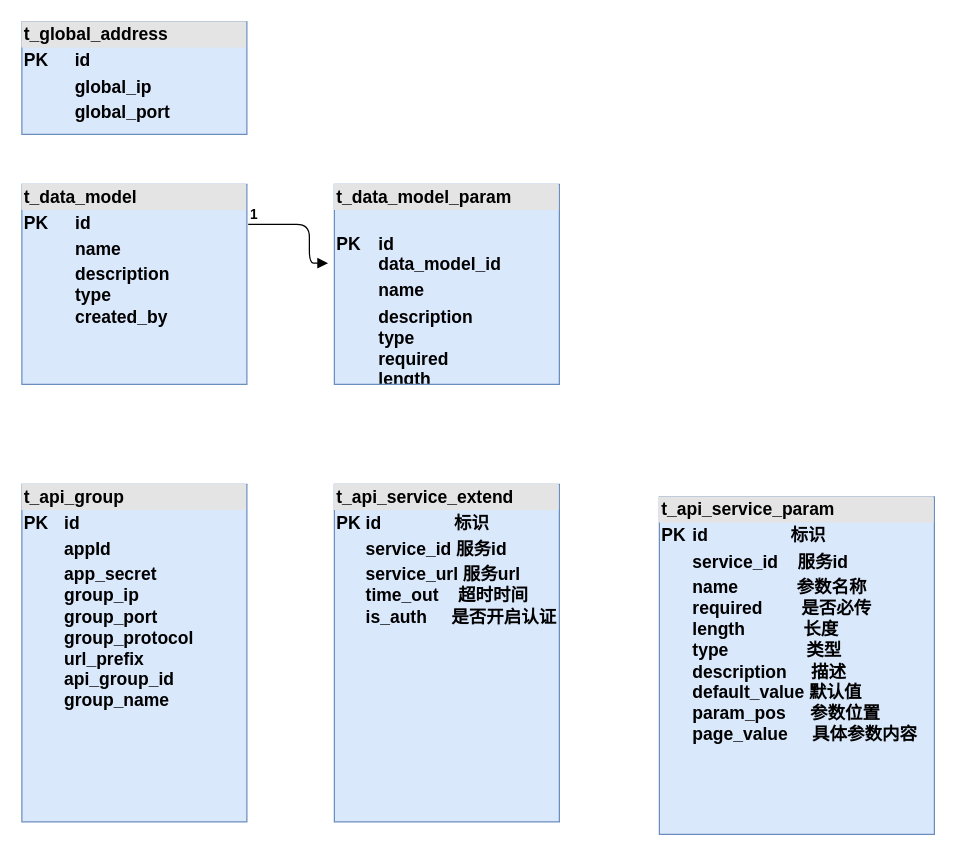
helemile/notes keeps this draw.io diagram as page "表结构新增" (5 of 6) of 国税总局迭代三设计.drawio. Above is the earlier version. Source tidied: cells renumbered, new cells numbered last; positions are measured from the earlier drawing's top-left corner, leaving out a move shared by most shapes. Both pictures are drawn from the tidied source at 125%, with x=0, y=0 at pixel (21, 21).
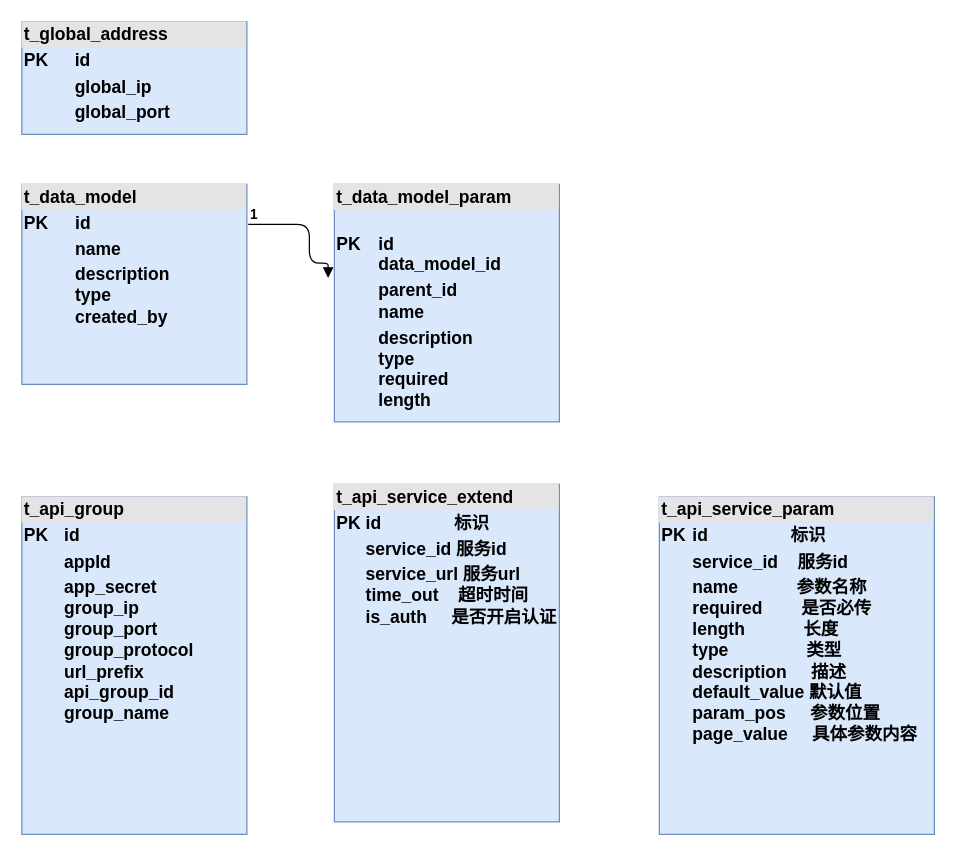
After the change.

Commit message:
Update 国税总局迭代三设计.drawio

What changed in the source:
```diff
@@
 <mxGraphModel>
   <root>
     <mxCell id="0" />
     <mxCell id="1" parent="0" />
     <mxCell id="2" value="&lt;div style=&quot;box-sizing: border-box ; width: 100% ; background: #e4e4e4 ; padding: 2px&quot;&gt;t_data_model&lt;/div&gt;&lt;table style=&quot;width: 100% ; font-size: 1em&quot; cellpadding=&quot;2&quot; cellspacing=&quot;0&quot;&gt;&lt;tbody&gt;&lt;tr&gt;&lt;td&gt;PK&lt;/td&gt;&lt;td&gt;id&lt;/td&gt;&lt;/tr&gt;&lt;tr&gt;&lt;td&gt;&lt;br&gt;&lt;/td&gt;&lt;td&gt;&lt;span&gt;name&lt;/span&gt;&lt;br&gt;&lt;/td&gt;&lt;/tr&gt;&lt;tr&gt;&lt;td&gt;&lt;/td&gt;&lt;td&gt;&lt;span&gt;description&lt;br&gt;&lt;/span&gt;type&lt;br&gt;created_by&lt;br&gt;&lt;/td&gt;&lt;/tr&gt;&lt;/tbody&gt;&lt;/table&gt;" style="verticalAlign=top;align=left;overflow=fill;html=1;fontSize=14;fillColor=#dae8fc;strokeColor=#6c8ebf;fontStyle=1;" parent="1" vertex="1">
       <mxGeometry y="130" width="180" height="160" as="geometry" />
     </mxCell>
     <mxCell id="3" value="&lt;div style=&quot;box-sizing: border-box ; width: 100% ; background: #e4e4e4 ; padding: 2px&quot;&gt;t_global_address&lt;/div&gt;&lt;table style=&quot;width: 100% ; font-size: 1em&quot; cellpadding=&quot;2&quot; cellspacing=&quot;0&quot;&gt;&lt;tbody&gt;&lt;tr&gt;&lt;td&gt;PK&lt;/td&gt;&lt;td&gt;id&lt;/td&gt;&lt;/tr&gt;&lt;tr&gt;&lt;td&gt;&lt;br&gt;&lt;/td&gt;&lt;td&gt;global_ip&lt;/td&gt;&lt;/tr&gt;&lt;tr&gt;&lt;td&gt;&lt;/td&gt;&lt;td&gt;global_port&lt;br&gt;&lt;/td&gt;&lt;/tr&gt;&lt;/tbody&gt;&lt;/table&gt;" style="verticalAlign=top;align=left;overflow=fill;html=1;fontSize=14;fillColor=#dae8fc;strokeColor=#6c8ebf;fontStyle=1;" parent="1" vertex="1">
       <mxGeometry width="180" height="90" as="geometry" />
     </mxCell>
     <mxCell id="4" value="&lt;div style=&quot;box-sizing: border-box ; width: 100% ; background: #e4e4e4 ; padding: 2px&quot;&gt;t_api_group&lt;/div&gt;&lt;table style=&quot;width: 100% ; font-size: 1em&quot; cellpadding=&quot;2&quot; cellspacing=&quot;0&quot;&gt;&lt;tbody&gt;&lt;tr&gt;&lt;td&gt;PK&lt;/td&gt;&lt;td&gt;id&lt;/td&gt;&lt;/tr&gt;&lt;tr&gt;&lt;td&gt;&lt;br&gt;&lt;/td&gt;&lt;td&gt;&lt;span&gt;appId&lt;/span&gt;&lt;br&gt;&lt;/td&gt;&lt;/tr&gt;&lt;tr&gt;&lt;td&gt;&lt;/td&gt;&lt;td&gt;&lt;span&gt;app_secret&lt;br&gt;&lt;/span&gt;group_ip&lt;br&gt;group_port&lt;br&gt;group_protocol&lt;br&gt;url_prefix&lt;br&gt;api_group_id&lt;br&gt;group_name&lt;/td&gt;&lt;/tr&gt;&lt;/tbody&gt;&lt;/table&gt;" style="verticalAlign=top;align=left;overflow=fill;html=1;fontSize=14;fillColor=#dae8fc;strokeColor=#6c8ebf;fontStyle=1;" parent="1" vertex="1">
-      <mxGeometry y="370" width="180" height="270" as="geometry" />
+      <mxGeometry y="380" width="180" height="270" as="geometry" />
     </mxCell>
     <mxCell id="5" value="&lt;div style=&quot;box-sizing: border-box ; width: 100% ; background: #e4e4e4 ; padding: 2px&quot;&gt;t_api_service_extend&lt;/div&gt;&lt;table style=&quot;width: 100% ; font-size: 1em&quot; cellpadding=&quot;2&quot; cellspacing=&quot;0&quot;&gt;&lt;tbody&gt;&lt;tr&gt;&lt;td&gt;PK&lt;/td&gt;&lt;td&gt;id&amp;nbsp; &amp;nbsp; &amp;nbsp; &amp;nbsp; &amp;nbsp; &amp;nbsp; &amp;nbsp; &amp;nbsp;标识&lt;/td&gt;&lt;/tr&gt;&lt;tr&gt;&lt;td&gt;&lt;br&gt;&lt;/td&gt;&lt;td&gt;&lt;span&gt;service_id 服务id&lt;/span&gt;&lt;br&gt;&lt;/td&gt;&lt;/tr&gt;&lt;tr&gt;&lt;td&gt;&lt;/td&gt;&lt;td&gt;&lt;span&gt;service_url 服务url&lt;br&gt;&lt;/span&gt;time_out&amp;nbsp; &amp;nbsp; 超时时间&lt;br&gt;is_auth&amp;nbsp; &amp;nbsp; &amp;nbsp;是否开启认证&lt;br&gt;&lt;br&gt;&lt;/td&gt;&lt;/tr&gt;&lt;/tbody&gt;&lt;/table&gt;" style="verticalAlign=top;align=left;overflow=fill;html=1;fontSize=14;fillColor=#dae8fc;strokeColor=#6c8ebf;fontStyle=1;" parent="1" vertex="1">
       <mxGeometry x="250" y="370" width="180" height="270" as="geometry" />
     </mxCell>
     <mxCell id="6" value="&lt;div style=&quot;box-sizing: border-box ; width: 100% ; background: #e4e4e4 ; padding: 2px&quot;&gt;t_api_service_param&lt;/div&gt;&lt;table style=&quot;width: 100% ; font-size: 1em&quot; cellpadding=&quot;2&quot; cellspacing=&quot;0&quot;&gt;&lt;tbody&gt;&lt;tr&gt;&lt;td&gt;PK&lt;/td&gt;&lt;td&gt;id&amp;nbsp; &amp;nbsp; &amp;nbsp; &amp;nbsp; &amp;nbsp; &amp;nbsp; &amp;nbsp; &amp;nbsp; &amp;nbsp;标识&lt;/td&gt;&lt;/tr&gt;&lt;tr&gt;&lt;td&gt;&lt;br&gt;&lt;/td&gt;&lt;td&gt;&lt;span&gt;service_id&amp;nbsp; &amp;nbsp; 服务id&lt;/span&gt;&lt;br&gt;&lt;/td&gt;&lt;/tr&gt;&lt;tr&gt;&lt;td&gt;&lt;/td&gt;&lt;td&gt;&lt;span&gt;name&amp;nbsp; &amp;nbsp; &amp;nbsp; &amp;nbsp; &amp;nbsp; &amp;nbsp; 参数名称&lt;br&gt;&lt;/span&gt;required&amp;nbsp; &amp;nbsp; &amp;nbsp; &amp;nbsp; 是否必传&lt;br&gt;length&amp;nbsp; &amp;nbsp; &amp;nbsp; &amp;nbsp; &amp;nbsp; &amp;nbsp; 长度&lt;br&gt;type&amp;nbsp; &amp;nbsp; &amp;nbsp; &amp;nbsp; &amp;nbsp; &amp;nbsp; &amp;nbsp; &amp;nbsp; 类型&lt;br&gt;description&amp;nbsp; &amp;nbsp; &amp;nbsp;描述&lt;br&gt;default_value 默认值&lt;br&gt;param_pos&amp;nbsp; &amp;nbsp; &amp;nbsp;参数位置&lt;br&gt;page_value&amp;nbsp; &amp;nbsp; &amp;nbsp;具体参数内容&lt;br&gt;&lt;br&gt;&lt;/td&gt;&lt;/tr&gt;&lt;/tbody&gt;&lt;/table&gt;" style="verticalAlign=top;align=left;overflow=fill;html=1;fontSize=14;fillColor=#dae8fc;strokeColor=#6c8ebf;fontStyle=1;" parent="1" vertex="1">
       <mxGeometry x="510" y="380" width="220" height="270" as="geometry" />
     </mxCell>
-    <mxCell id="7" value="&lt;div style=&quot;box-sizing: border-box ; width: 100% ; background: #e4e4e4 ; padding: 2px&quot;&gt;t_data_model_param&lt;/div&gt;&lt;table style=&quot;width: 100% ; font-size: 1em&quot; cellpadding=&quot;2&quot; cellspacing=&quot;0&quot;&gt;&lt;tbody&gt;&lt;tr&gt;&lt;td&gt;PK&lt;/td&gt;&lt;td&gt;&lt;br&gt;id&lt;br&gt;data_model_id&lt;/td&gt;&lt;/tr&gt;&lt;tr&gt;&lt;td&gt;&lt;br&gt;&lt;/td&gt;&lt;td&gt;&lt;span&gt;name&lt;/span&gt;&lt;br&gt;&lt;/td&gt;&lt;/tr&gt;&lt;tr&gt;&lt;td&gt;&lt;/td&gt;&lt;td&gt;&lt;span&gt;description&lt;br&gt;&lt;/span&gt;type&lt;br&gt;required&lt;br&gt;length&lt;/td&gt;&lt;/tr&gt;&lt;/tbody&gt;&lt;/table&gt;" style="verticalAlign=top;align=left;overflow=fill;html=1;fontSize=14;fillColor=#dae8fc;strokeColor=#6c8ebf;fontStyle=1;" parent="1" vertex="1">
-      <mxGeometry x="250" y="130" width="180" height="160" as="geometry" />
+    <mxCell id="7" value="&lt;div style=&quot;box-sizing: border-box ; width: 100% ; background: #e4e4e4 ; padding: 2px&quot;&gt;t_data_model_param&lt;/div&gt;&lt;table style=&quot;width: 100% ; font-size: 1em&quot; cellpadding=&quot;2&quot; cellspacing=&quot;0&quot;&gt;&lt;tbody&gt;&lt;tr&gt;&lt;td&gt;PK&lt;/td&gt;&lt;td&gt;&lt;br&gt;id&lt;br&gt;data_model_id&lt;/td&gt;&lt;/tr&gt;&lt;tr&gt;&lt;td&gt;&lt;br&gt;&lt;/td&gt;&lt;td&gt;&lt;span&gt;parent_id&lt;br&gt;name&lt;/span&gt;&lt;br&gt;&lt;/td&gt;&lt;/tr&gt;&lt;tr&gt;&lt;td&gt;&lt;/td&gt;&lt;td&gt;&lt;span&gt;description&lt;br&gt;&lt;/span&gt;type&lt;br&gt;required&lt;br&gt;length&lt;/td&gt;&lt;/tr&gt;&lt;/tbody&gt;&lt;/table&gt;" style="verticalAlign=top;align=left;overflow=fill;html=1;fontSize=14;fillColor=#dae8fc;strokeColor=#6c8ebf;fontStyle=1;" parent="1" vertex="1">
+      <mxGeometry x="250" y="130" width="180" height="190" as="geometry" />
     </mxCell>
     <mxCell id="8" style="endArrow=block;endFill=1;html=1;edgeStyle=orthogonalEdgeStyle;align=left;verticalAlign=top;fontSize=14;exitX=1.006;exitY=0.2;exitDx=0;exitDy=0;exitPerimeter=0;entryX=-0.028;entryY=0.394;entryDx=0;entryDy=0;entryPerimeter=0;fontStyle=1;" parent="1" edge="1" source="2" target="7">
       <mxGeometry x="-1" relative="1" as="geometry">
         <Array as="points">
           <mxPoint x="230" y="162" />
           <mxPoint x="230" y="193" />
         </Array>
       </mxGeometry>
     </mxCell>
     <mxCell id="9" value="1" style="edgeLabel;html=1;align=left;verticalAlign=bottom;fontStyle=1;" parent="8" vertex="1">
       <mxGeometry x="-1" relative="1" as="geometry" />
     </mxCell>
   </root>
 </mxGraphModel>
```
